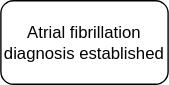
The draw.io diagram Atrial fibrillation/AF algorithm.svg in TomHsiung/Cardiology, before a commit. Source tidied: cells renumbered, new cells last; positions are measured from the earlier drawing's top-left corner, leaving out a move shared by most shapes. Its diagram source:
```xml
<mxGraphModel>
  <root>
    <mxCell id="0" />
    <mxCell id="1" parent="0" />
    <mxCell id="2" value="Atrial fibrillation diagnosis established" style="rounded=1;whiteSpace=wrap;html=1;" parent="1" vertex="1">
      <mxGeometry width="120" height="60" as="geometry" />
    </mxCell>
  </root>
</mxGraphModel>
```
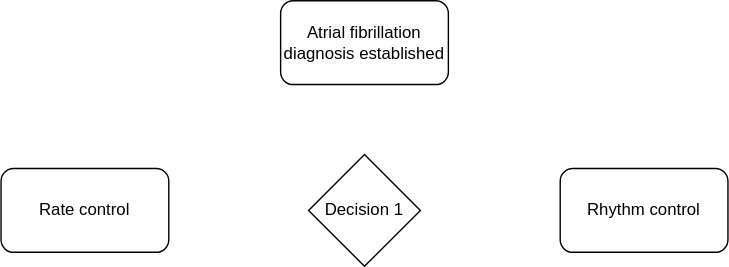
The same diagram one commit later.

What changed in the source:
```diff
@@ -5,5 +5,14 @@
     <mxCell id="2" value="Atrial fibrillation diagnosis established" style="rounded=1;whiteSpace=wrap;html=1;" parent="1" vertex="1">
       <mxGeometry width="120" height="60" as="geometry" />
     </mxCell>
+    <mxCell id="3" value="Decision 1" style="rhombus;whiteSpace=wrap;html=1;" parent="1" vertex="1">
+      <mxGeometry x="20" y="110" width="80" height="80" as="geometry" />
+    </mxCell>
+    <mxCell id="4" value="Rate control" style="rounded=1;whiteSpace=wrap;html=1;" parent="1" vertex="1">
+      <mxGeometry x="-200" y="120" width="120" height="60" as="geometry" />
+    </mxCell>
+    <mxCell id="5" value="Rhythm control" style="rounded=1;whiteSpace=wrap;html=1;" parent="1" vertex="1">
+      <mxGeometry x="200" y="120" width="120" height="60" as="geometry" />
+    </mxCell>
   </root>
 </mxGraphModel>
```
